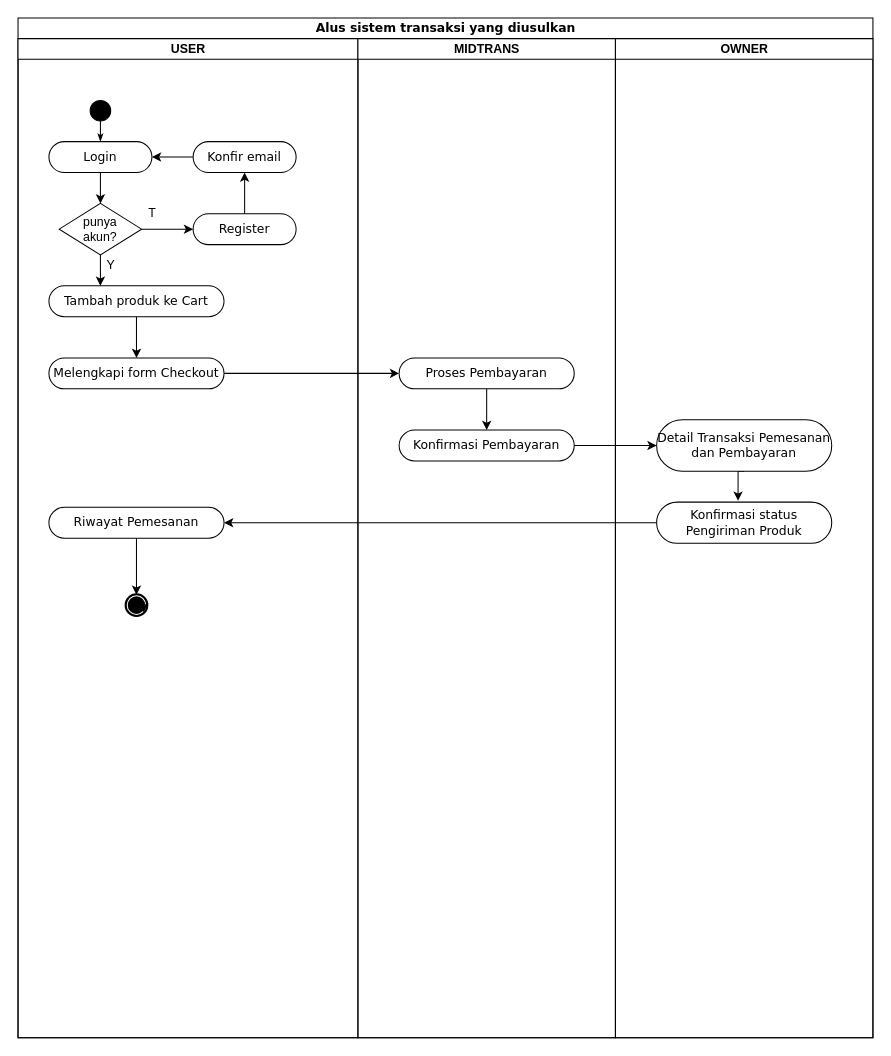
Earlier version of the draw.io diagram Untitled Diagram.drawio (kuzdev/sistem-diusulkan). Source tidied: cells renumbered, new cells numbered last; positions are measured from the earlier drawing's top-left corner, leaving out a move shared by most shapes. Both pictures are drawn from the tidied source at 103%, with x=0, y=0 at pixel (18, 18).
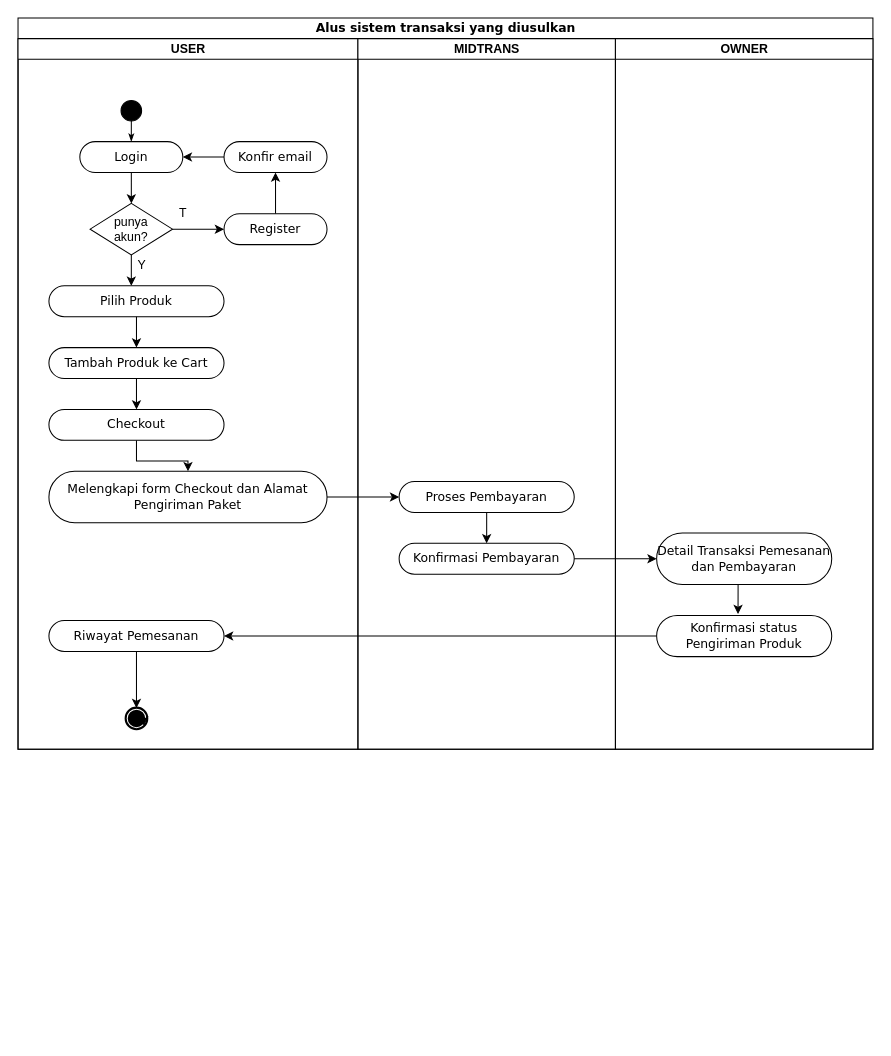
The same diagram, later.

Change to the diagram source:
```diff
@@
     <mxCell id="2" value="Alus sistem transaksi yang diusulkan" style="swimlane;html=1;startSize=20;rounded=0;shadow=0;comic=0;labelBackgroundColor=none;strokeWidth=1;fontFamily=Verdana;fontSize=12;align=center;" parent="1" vertex="1">
-      <mxGeometry width="830" height="990" as="geometry" />
+      <mxGeometry width="830" height="710" as="geometry" />
     </mxCell>
     <mxCell id="3" value="USER" style="swimlane;html=1;startSize=20;" parent="2" vertex="1">
-      <mxGeometry y="20" width="330" height="970" as="geometry" />
+      <mxGeometry y="20" width="330" height="690" as="geometry" />
     </mxCell>
@@
     <mxCell id="5" value="Login" style="rounded=1;whiteSpace=wrap;html=1;shadow=0;comic=0;labelBackgroundColor=none;strokeWidth=1;fontFamily=Verdana;fontSize=12;align=center;arcSize=50;" parent="3" vertex="1">
-      <mxGeometry x="30" y="100" width="100" height="30" as="geometry" />
+      <mxGeometry x="60" y="100" width="100" height="30" as="geometry" />
     </mxCell>
     <mxCell id="6" style="ellipse;whiteSpace=wrap;html=1;rounded=0;shadow=0;comic=0;labelBackgroundColor=none;strokeWidth=1;fillColor=#000000;fontFamily=Verdana;fontSize=12;align=center;" parent="3" vertex="1">
-      <mxGeometry x="70" y="60" width="20" height="20" as="geometry" />
+      <mxGeometry x="100" y="60" width="20" height="20" as="geometry" />
     </mxCell>
@@
-    <mxCell id="8" style="edgeStyle=orthogonalEdgeStyle;rounded=0;jettySize=auto;html=1;entryX=0.294;entryY=0;entryDx=0;entryDy=0;entryPerimeter=0;" parent="3" edge="1" source="9" target="19">
-      <mxGeometry relative="1" as="geometry" />
+    <mxCell id="8" style="edgeStyle=orthogonalEdgeStyle;rounded=0;jettySize=auto;html=1;entryX=0.294;entryY=0;entryDx=0;entryDy=0;entryPerimeter=0;" parent="3" edge="1" source="9">
+      <mxGeometry relative="1" as="geometry">
+        <mxPoint x="110" y="240" as="targetPoint" />
+      </mxGeometry>
     </mxCell>
     <mxCell id="9" value="punya&lt;br&gt;akun?" style="rhombus;whiteSpace=wrap;html=1;" parent="3" vertex="1">
-      <mxGeometry x="40" y="160" width="80" height="50" as="geometry" />
+      <mxGeometry x="70" y="160" width="80" height="50" as="geometry" />
     </mxCell>
@@
     <mxCell id="11" value="Register" style="rounded=1;whiteSpace=wrap;html=1;shadow=0;comic=0;labelBackgroundColor=none;strokeWidth=1;fontFamily=Verdana;fontSize=12;align=center;arcSize=50;" parent="3" vertex="1">
-      <mxGeometry x="170" y="170" width="100" height="30" as="geometry" />
+      <mxGeometry x="200" y="170" width="100" height="30" as="geometry" />
     </mxCell>
@@
     <mxCell id="13" value="Konfir email" style="rounded=1;whiteSpace=wrap;html=1;shadow=0;comic=0;labelBackgroundColor=none;strokeWidth=1;fontFamily=Verdana;fontSize=12;align=center;arcSize=50;" parent="3" vertex="1">
-      <mxGeometry x="170" y="100" width="100" height="30" as="geometry" />
+      <mxGeometry x="200" y="100" width="100" height="30" as="geometry" />
     </mxCell>
@@
     <mxCell id="15" value="Y" style="text;html=1;align=center;verticalAlign=middle;strokeColor=none;" parent="3" vertex="1">
-      <mxGeometry x="80" y="210" width="20" height="20" as="geometry" />
+      <mxGeometry x="110" y="210" width="20" height="20" as="geometry" />
     </mxCell>
     <mxCell id="16" value="T" style="text;html=1;align=center;verticalAlign=middle;strokeColor=none;" parent="3" vertex="1">
-      <mxGeometry x="120" y="160" width="20" height="20" as="geometry" />
+      <mxGeometry x="150" y="160" width="20" height="20" as="geometry" />
     </mxCell>
-    <mxCell id="17" value="Melengkapi form Checkout" style="rounded=1;whiteSpace=wrap;html=1;shadow=0;comic=0;labelBackgroundColor=none;strokeWidth=1;fontFamily=Verdana;fontSize=12;align=center;arcSize=50;" parent="3" vertex="1">
-      <mxGeometry x="30" y="310" width="170" height="30" as="geometry" />
+    <mxCell id="17" value="Melengkapi form Checkout dan Alamat Pengiriman Paket" style="rounded=1;whiteSpace=wrap;html=1;shadow=0;comic=0;labelBackgroundColor=none;strokeWidth=1;fontFamily=Verdana;fontSize=12;align=center;arcSize=50;" parent="3" vertex="1">
+      <mxGeometry x="30" y="420" width="270" height="50" as="geometry" />
     </mxCell>
-    <mxCell id="18" style="edgeStyle=orthogonalEdgeStyle;rounded=0;jettySize=auto;html=1;entryX=0.5;entryY=0;entryDx=0;entryDy=0;" parent="3" edge="1" source="19" target="17">
-      <mxGeometry relative="1" as="geometry" />
-    </mxCell>
-    <mxCell id="19" value="Tambah produk ke Cart" style="rounded=1;whiteSpace=wrap;html=1;shadow=0;comic=0;labelBackgroundColor=none;strokeWidth=1;fontFamily=Verdana;fontSize=12;align=center;arcSize=50;" parent="3" vertex="1">
+    <mxCell id="19" value="Pilih Produk" style="rounded=1;whiteSpace=wrap;html=1;shadow=0;comic=0;labelBackgroundColor=none;strokeWidth=1;fontFamily=Verdana;fontSize=12;align=center;arcSize=50;" parent="3" vertex="1">
       <mxGeometry x="30" y="240" width="170" height="30" as="geometry" />
     </mxCell>
     <mxCell id="20" value="Riwayat Pemesanan" style="rounded=1;whiteSpace=wrap;html=1;shadow=0;comic=0;labelBackgroundColor=none;strokeWidth=1;fontFamily=Verdana;fontSize=12;align=center;arcSize=50;" parent="3" vertex="1">
-      <mxGeometry x="30" y="455" width="170" height="30" as="geometry" />
+      <mxGeometry x="30" y="565" width="170" height="30" as="geometry" />
     </mxCell>
     <mxCell id="21" style="shape=mxgraph.bpmn.shape;html=1;verticalLabelPosition=bottom;labelBackgroundColor=#ffffff;verticalAlign=top;perimeter=ellipsePerimeter;outline=end;symbol=terminate;rounded=0;shadow=0;comic=0;strokeWidth=1;fontFamily=Verdana;fontSize=12;align=center;" parent="3" vertex="1">
-      <mxGeometry x="105" y="540" width="20" height="20" as="geometry" />
+      <mxGeometry x="105" y="650" width="20" height="20" as="geometry" />
     </mxCell>
@@
+    <mxCell id="35" style="edgeStyle=orthogonalEdgeStyle;rounded=0;jettySize=auto;html=1;exitX=0.5;exitY=1;exitDx=0;exitDy=0;entryX=0.5;entryY=0;entryDx=0;entryDy=0;" parent="3" edge="1" source="36" target="17">
+      <mxGeometry relative="1" as="geometry" />
+    </mxCell>
+    <mxCell id="36" value="Checkout" style="rounded=1;whiteSpace=wrap;html=1;shadow=0;comic=0;labelBackgroundColor=none;strokeWidth=1;fontFamily=Verdana;fontSize=12;align=center;arcSize=50;" parent="3" vertex="1">
+      <mxGeometry x="30" y="360" width="170" height="30" as="geometry" />
+    </mxCell>
     <mxCell id="24" value="MIDTRANS" style="swimlane;html=1;startSize=20;" parent="2" vertex="1">
-      <mxGeometry x="330" y="20" width="250" height="970" as="geometry" />
+      <mxGeometry x="330" y="20" width="250" height="690" as="geometry" />
     </mxCell>
@@
     <mxCell id="26" value="Proses Pembayaran" style="rounded=1;whiteSpace=wrap;html=1;shadow=0;comic=0;labelBackgroundColor=none;strokeWidth=1;fontFamily=Verdana;fontSize=12;align=center;arcSize=50;" parent="24" vertex="1">
-      <mxGeometry x="40" y="310" width="170" height="30" as="geometry" />
+      <mxGeometry x="40" y="430" width="170" height="30" as="geometry" />
     </mxCell>
     <mxCell id="27" value="Konfirmasi Pembayaran" style="rounded=1;whiteSpace=wrap;html=1;shadow=0;comic=0;labelBackgroundColor=none;strokeWidth=1;fontFamily=Verdana;fontSize=12;align=center;arcSize=50;" parent="24" vertex="1">
-      <mxGeometry x="40" y="380" width="170" height="30" as="geometry" />
+      <mxGeometry x="40" y="490" width="170" height="30" as="geometry" />
     </mxCell>
@@
     <mxCell id="29" style="edgeStyle=orthogonalEdgeStyle;rounded=0;jettySize=auto;html=1;entryX=0;entryY=0.5;entryDx=0;entryDy=0;" parent="2" edge="1" source="27" target="33">
       <mxGeometry relative="1" as="geometry">
         <Array as="points">
-          <mxPoint x="620" y="415" />
+          <mxPoint x="620" y="525" />
         </Array>
       </mxGeometry>
     </mxCell>
@@
     <mxCell id="31" value="OWNER" style="swimlane;html=1;startSize=20;" parent="2" vertex="1">
-      <mxGeometry x="580" y="20" width="250" height="970" as="geometry" />
+      <mxGeometry x="580" y="20" width="250" height="690" as="geometry" />
     </mxCell>
@@
     <mxCell id="33" value="Detail Transaksi Pemesanan dan Pembayaran" style="rounded=1;whiteSpace=wrap;html=1;shadow=0;comic=0;labelBackgroundColor=none;strokeWidth=1;fontFamily=Verdana;fontSize=12;align=center;arcSize=50;" parent="31" vertex="1">
-      <mxGeometry x="40" y="370" width="170" height="50" as="geometry" />
+      <mxGeometry x="40" y="480" width="170" height="50" as="geometry" />
     </mxCell>
     <mxCell id="34" value="Konfirmasi status Pengiriman Produk" style="rounded=1;whiteSpace=wrap;html=1;shadow=0;comic=0;labelBackgroundColor=none;strokeWidth=1;fontFamily=Verdana;fontSize=12;align=center;arcSize=50;" parent="31" vertex="1">
-      <mxGeometry x="40" y="450" width="170" height="40" as="geometry" />
+      <mxGeometry x="40" y="560" width="170" height="40" as="geometry" />
     </mxCell>
+    <mxCell id="37" style="edgeStyle=orthogonalEdgeStyle;rounded=0;jettySize=auto;html=1;entryX=0.5;entryY=0;entryDx=0;entryDy=0;" parent="1" edge="1" source="38" target="36">
+      <mxGeometry relative="1" as="geometry" />
+    </mxCell>
+    <mxCell id="38" value="Tambah Produk ke Cart" style="rounded=1;whiteSpace=wrap;html=1;shadow=0;comic=0;labelBackgroundColor=none;strokeWidth=1;fontFamily=Verdana;fontSize=12;align=center;arcSize=50;" parent="1" vertex="1">
+      <mxGeometry x="30" y="320" width="170" height="30" as="geometry" />
+    </mxCell>
+    <mxCell id="39" style="edgeStyle=orthogonalEdgeStyle;rounded=0;jettySize=auto;html=1;" parent="1" edge="1" source="19" target="38">
+      <mxGeometry relative="1" as="geometry" />
+    </mxCell>
```
